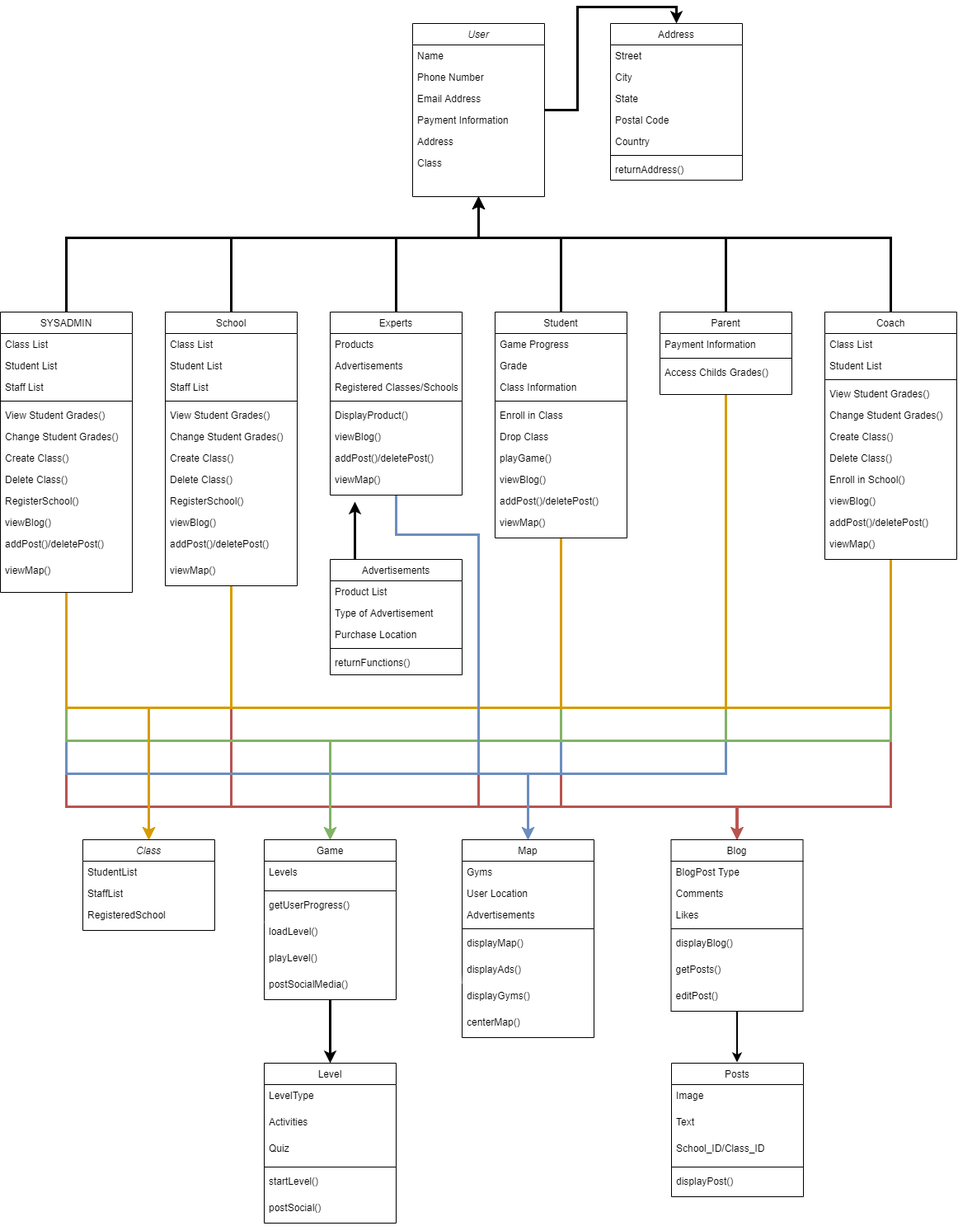
Above: Deliverables/Week_4/Class Diagram.png in Hanandrof/Group-3-Repository (draw.io), before the change. Source tidied: cells renumbered, new cells last; positions are measured from the earlier drawing's top-left corner, leaving out a move shared by most shapes.
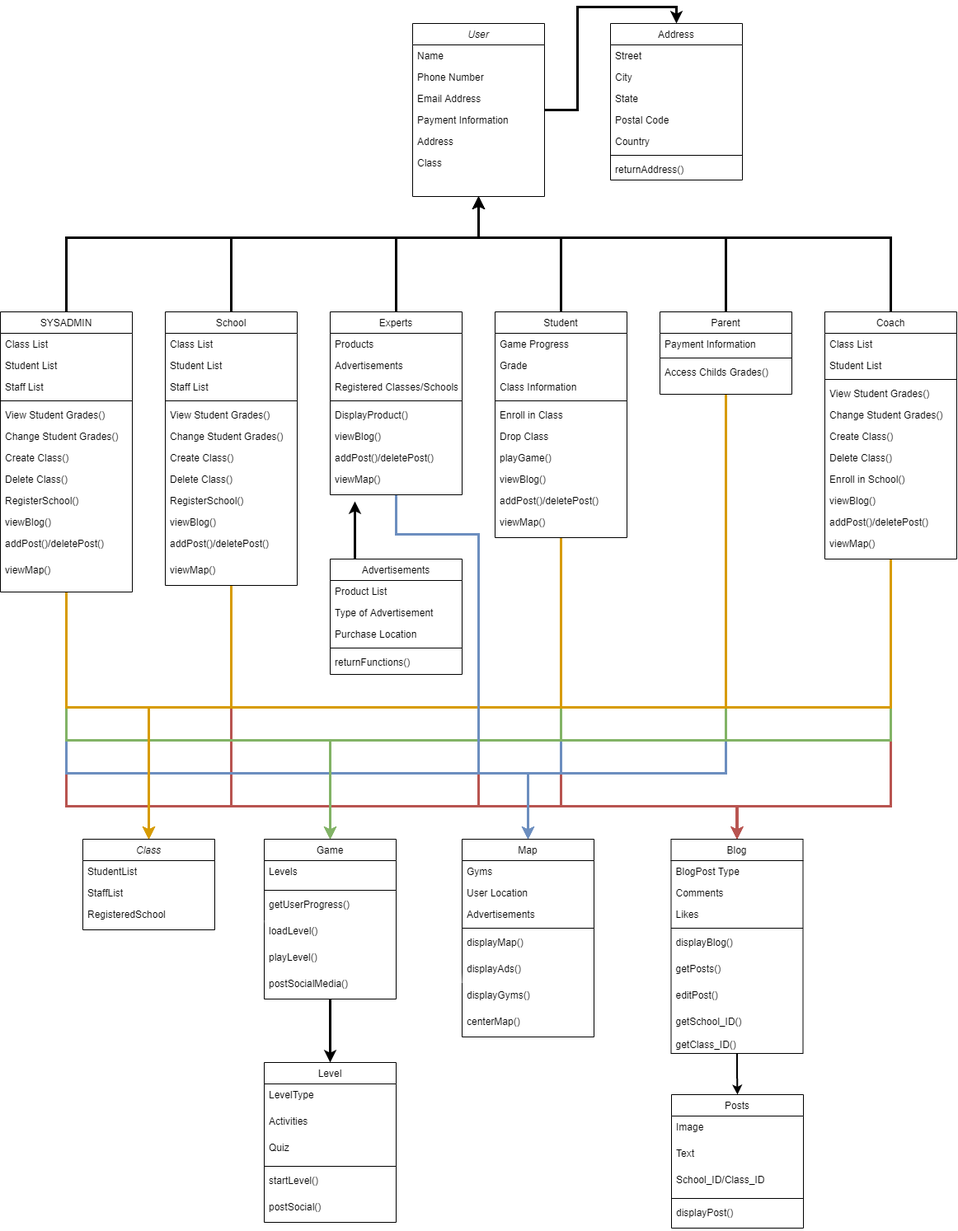
After the change.

Diff of the diagram source:
```diff
@@ -458,13 +458,11 @@
     <mxCell id="110" value="viewMap()" style="text;align=left;verticalAlign=top;spacingLeft=4;spacingRight=4;overflow=hidden;rounded=0;shadow=0;html=0;" parent="98" vertex="1">
       <mxGeometry y="300" width="160" height="32" as="geometry" />
     </mxCell>
-    <mxCell id="111" style="edgeStyle=orthogonalEdgeStyle;rounded=1;sketch=0;jettySize=auto;html=1;shadow=0;strokeWidth=2;" parent="1" edge="1" source="112">
-      <mxGeometry relative="1" as="geometry">
-        <mxPoint x="893.5" y="1260" as="targetPoint" />
-      </mxGeometry>
-    </mxCell>
+    <mxCell id="154" style="edgeStyle=orthogonalEdgeStyle;rounded=1;sketch=0;jettySize=auto;html=1;entryX=0.5;entryY=0;entryDx=0;entryDy=0;shadow=0;strokeWidth=2;" parent="1" edge="1" source="112" target="148">
+      <mxGeometry relative="1" as="geometry" />
+    </mxCell>
     <mxCell id="112" value="Blog" style="swimlane;fontStyle=0;align=center;verticalAlign=top;horizontal=1;startSize=26;rounded=0;shadow=0;strokeWidth=1;" parent="1" vertex="1">
-      <mxGeometry x="813.5" y="990" width="160" height="208" as="geometry" />
+      <mxGeometry x="813.5" y="990" width="160" height="260" as="geometry" />
     </mxCell>
     <mxCell id="113" value="BlogPost Type" style="text;align=left;verticalAlign=top;spacingLeft=4;spacingRight=4;overflow=hidden;" parent="112" vertex="1">
       <mxGeometry y="26" width="160" height="26" as="geometry" />
@@ -487,6 +485,9 @@
     <mxCell id="119" value="editPost()" style="text;align=left;verticalAlign=top;spacingLeft=4;spacingRight=4;overflow=hidden;rounded=0;shadow=0;html=0;" parent="112" vertex="1">
       <mxGeometry y="176" width="160" height="32" as="geometry" />
     </mxCell>
+    <mxCell id="155" value="getSchool_ID()&#10;&#10;getClass_ID()" style="text;align=left;verticalAlign=top;spacingLeft=4;spacingRight=4;overflow=hidden;rounded=0;shadow=0;html=0;" parent="112" vertex="1">
+      <mxGeometry y="208" width="160" height="52" as="geometry" />
+    </mxCell>
     <mxCell id="120" value="Map" style="swimlane;fontStyle=0;align=center;verticalAlign=top;horizontal=1;startSize=26;rounded=0;shadow=0;strokeWidth=1;" parent="1" vertex="1">
       <mxGeometry x="560" y="990" width="160" height="240" as="geometry" />
     </mxCell>
@@ -572,7 +573,7 @@
       <mxGeometry y="78" width="160" height="26" as="geometry" />
     </mxCell>
     <mxCell id="148" value="Posts" style="swimlane;fontStyle=0;align=center;verticalAlign=top;horizontal=1;startSize=26;rounded=0;shadow=0;strokeWidth=1;" parent="1" vertex="1">
-      <mxGeometry x="814" y="1261" width="160" height="162" as="geometry" />
+      <mxGeometry x="814" y="1300" width="160" height="162" as="geometry" />
     </mxCell>
     <mxCell id="149" value="Image" style="text;align=left;verticalAlign=top;spacingLeft=4;spacingRight=4;overflow=hidden;rounded=0;shadow=0;html=0;" parent="148" vertex="1">
       <mxGeometry y="26" width="160" height="32" as="geometry" />
```
